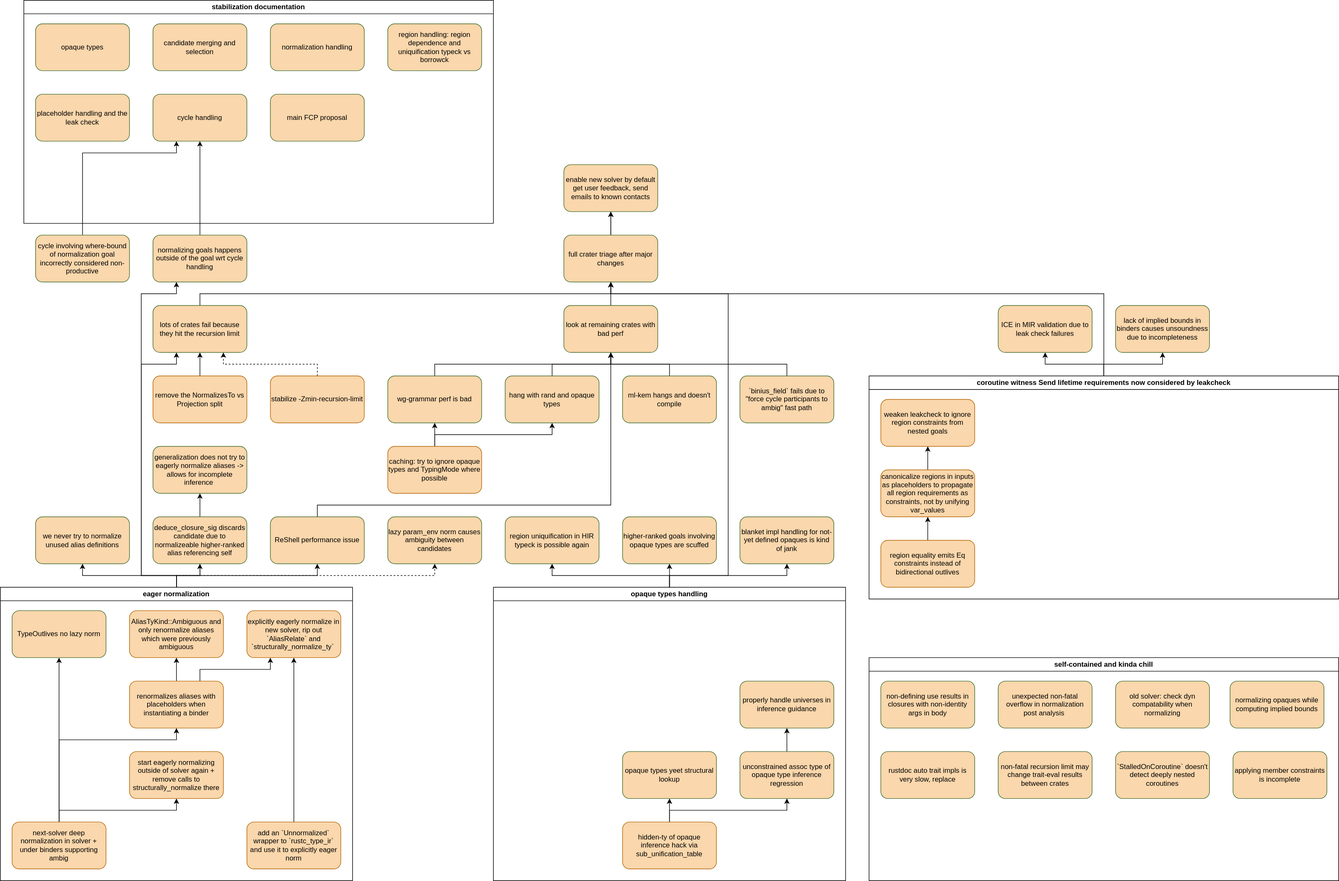
The draw.io diagram next-solver.svg in hexcatnl/roadmap, before a commit. Source tidied: cells renumbered, new cells last; positions are measured from the earlier drawing's top-left corner, leaving out a move shared by most shapes.
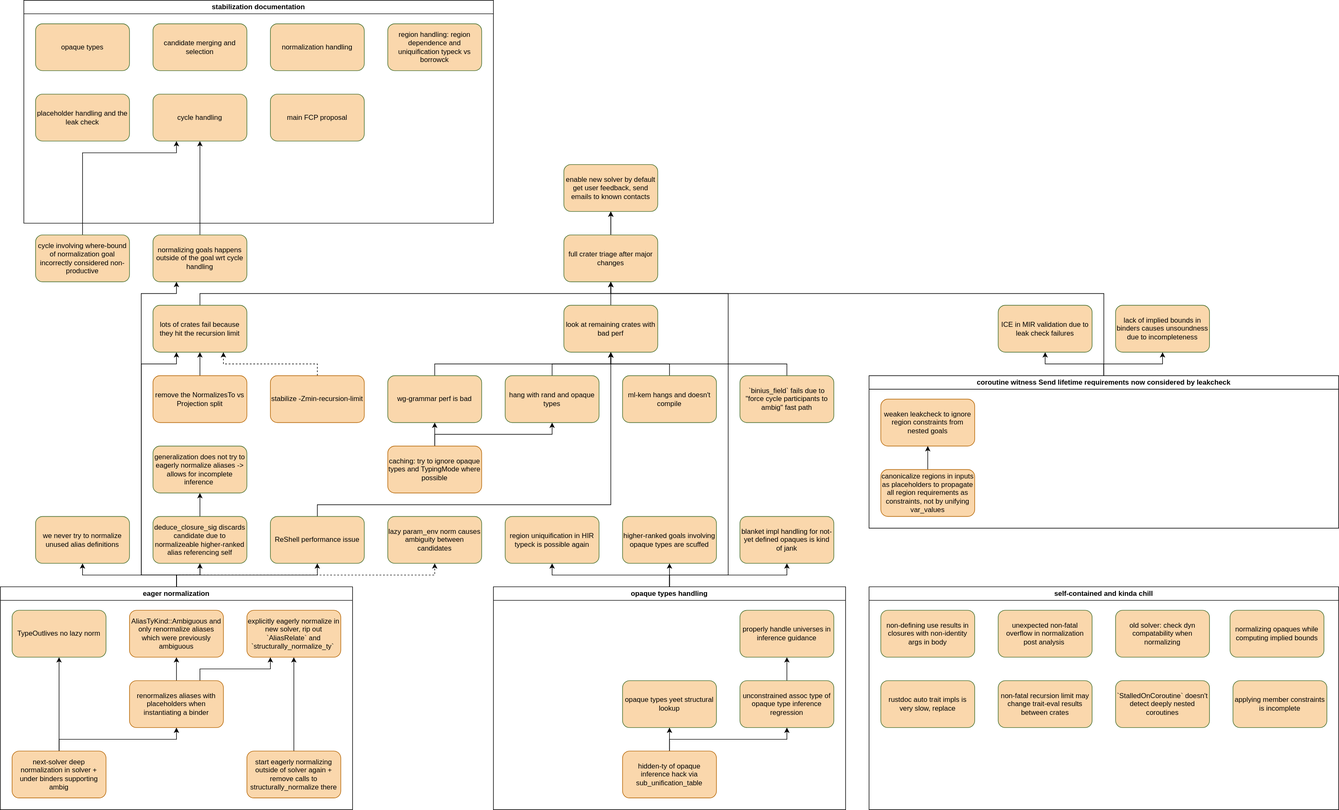
Above is the later version.

Diff of the diagram source:
```diff
@@ -44,20 +44,11 @@
       </mxGeometry>
     </mxCell>
     <mxCell id="9" value="&lt;a href=&quot;https://rust-lang.zulipchat.com/#narrow/channel/364551-t-types.2Ftrait-system-refactor/topic/Eager.20normalization.2C.20ahoy.21/with/582996293&quot;&gt;eager normalization&lt;/a&gt;" style="swimlane;whiteSpace=wrap;html=1;" parent="1" vertex="1">
-      <mxGeometry y="1000" width="600" height="500" as="geometry" />
+      <mxGeometry y="1000" width="600" height="380" as="geometry" />
     </mxCell>
-    <mxCell id="10" style="edgeStyle=orthogonalEdgeStyle;rounded=0;jettySize=auto;html=1;exitX=0.5;exitY=0;exitDx=0;exitDy=0;entryX=0.5;entryY=1;entryDx=0;entryDy=0;" parent="9" edge="1" source="11" target="20">
-      <mxGeometry relative="1" as="geometry" />
-    </mxCell>
-    <mxCell id="11" value="&lt;a href=&quot;https://rust-lang.zulipchat.com/#narrow/channel/364551-t-types.2Ftrait-system-refactor/topic/Eager.20normalization.2C.20ahoy.21/near/582996759&quot;&gt;add an `Unnormalized` wrapper to `rustc_type_ir` and use it to explicitly eager norm&lt;/a&gt;" style="rounded=1;whiteSpace=wrap;html=1;fillColor=light-dark(#FAD7AC,#512D2B);strokeColor=light-dark(#B46504,#D7817E);" parent="9" vertex="1">
-      <mxGeometry x="420" y="400" width="160" height="80" as="geometry" />
-    </mxCell>
     <mxCell id="12" style="edgeStyle=orthogonalEdgeStyle;rounded=0;jettySize=auto;html=1;exitX=0.5;exitY=0;exitDx=0;exitDy=0;entryX=0.5;entryY=1;entryDx=0;entryDy=0;" parent="9" edge="1" source="15" target="22">
       <mxGeometry relative="1" as="geometry" />
     </mxCell>
-    <mxCell id="13" style="edgeStyle=orthogonalEdgeStyle;rounded=0;jettySize=auto;html=1;exitX=0.5;exitY=0;exitDx=0;exitDy=0;entryX=0.5;entryY=1;entryDx=0;entryDy=0;" parent="9" edge="1" source="15" target="16">
-      <mxGeometry relative="1" as="geometry" />
-    </mxCell>
     <mxCell id="14" style="edgeStyle=orthogonalEdgeStyle;rounded=0;jettySize=auto;html=1;exitX=0.5;exitY=0;exitDx=0;exitDy=0;entryX=0.5;entryY=1;entryDx=0;entryDy=0;" parent="9" edge="1" source="15" target="19">
       <mxGeometry relative="1" as="geometry">
         <Array as="points">
@@ -67,10 +58,13 @@
       </mxGeometry>
     </mxCell>
     <mxCell id="15" value="&lt;a href=&quot;https://rust-lang.zulipchat.com/#narrow/channel/364551-t-types.2Ftrait-system-refactor/topic/Eager.20normalization.2C.20ahoy.21/near/582996783&quot;&gt;next-solver deep normalization in solver + under binders supporting ambig&lt;/a&gt;" style="rounded=1;whiteSpace=wrap;html=1;fillColor=light-dark(#FAD7AC,#512D2B);strokeColor=light-dark(#B46504,#D7817E);" parent="9" vertex="1">
-      <mxGeometry x="20" y="400" width="160" height="80" as="geometry" />
+      <mxGeometry x="20" y="280" width="160" height="80" as="geometry" />
     </mxCell>
+    <mxCell id="99" style="edgeStyle=orthogonalEdgeStyle;rounded=0;jettySize=auto;html=1;exitX=0.5;exitY=0;exitDx=0;exitDy=0;entryX=0.5;entryY=1;entryDx=0;entryDy=0;" parent="9" edge="1" source="16" target="20">
+      <mxGeometry relative="1" as="geometry" />
+    </mxCell>
     <mxCell id="16" value="start eagerly normalizing outside of solver again + remove calls to structurally_normalize there" style="rounded=1;whiteSpace=wrap;html=1;fillColor=light-dark(#FAD7AC,#512D2B);strokeColor=light-dark(#B46504,#D7817E);" parent="9" vertex="1">
-      <mxGeometry x="220" y="280" width="160" height="80" as="geometry" />
+      <mxGeometry x="420" y="280" width="160" height="80" as="geometry" />
     </mxCell>
     <mxCell id="17" style="edgeStyle=orthogonalEdgeStyle;rounded=0;jettySize=auto;html=1;exitX=0.5;exitY=0;exitDx=0;exitDy=0;entryX=0.5;entryY=1;entryDx=0;entryDy=0;" parent="9" edge="1" source="19" target="21">
       <mxGeometry relative="1" as="geometry" />
@@ -110,13 +104,13 @@
       <mxGeometry relative="1" as="geometry" />
     </mxCell>
     <mxCell id="27" value="opaque types handling" style="swimlane;whiteSpace=wrap;html=1;" parent="1" vertex="1">
-      <mxGeometry x="840" y="1000" width="600" height="500" as="geometry" />
+      <mxGeometry x="840" y="1000" width="600" height="380" as="geometry" />
     </mxCell>
     <mxCell id="28" style="edgeStyle=orthogonalEdgeStyle;rounded=0;jettySize=auto;html=1;exitX=0.5;exitY=0;exitDx=0;exitDy=0;entryX=0.5;entryY=1;entryDx=0;entryDy=0;" parent="27" edge="1" source="29" target="34">
       <mxGeometry relative="1" as="geometry" />
     </mxCell>
     <mxCell id="29" value="&lt;a href=&quot;https://rust-lang.zulipchat.com/#narrow/channel/364551-t-types.2Ftrait-system-refactor/topic/opaque.20types.20high.20hopes/near/584632929&quot;&gt;unconstrained assoc type of opaque type inference regression&lt;/a&gt;" style="rounded=1;whiteSpace=wrap;html=1;fillColor=light-dark(#FAD7AC,#446E2C);strokeColor=light-dark(#446E2C,#D7817E);" parent="27" vertex="1">
-      <mxGeometry x="420" y="280" width="160" height="80" as="geometry" />
+      <mxGeometry x="420" y="160" width="160" height="80" as="geometry" />
     </mxCell>
     <mxCell id="30" style="edgeStyle=orthogonalEdgeStyle;rounded=0;jettySize=auto;html=1;exitX=0.5;exitY=0;exitDx=0;exitDy=0;entryX=0.5;entryY=1;entryDx=0;entryDy=0;" parent="27" edge="1" source="32" target="29">
       <mxGeometry relative="1" as="geometry" />
@@ -125,13 +119,13 @@
       <mxGeometry relative="1" as="geometry" />
     </mxCell>
     <mxCell id="32" value="&lt;a href=&quot;https://rust-lang.zulipchat.com/#narrow/channel/364551-t-types.2Ftrait-system-refactor/topic/opaque.20types.20high.20hopes/near/584632692&quot;&gt;hidden-ty of opaque inference hack via sub_unification_table&lt;/a&gt;" style="rounded=1;whiteSpace=wrap;html=1;fillColor=light-dark(#FAD7AC,#512D2B);strokeColor=light-dark(#B46504,#D7817E);" parent="27" vertex="1">
-      <mxGeometry x="220" y="400" width="160" height="80" as="geometry" />
+      <mxGeometry x="220" y="280" width="160" height="80" as="geometry" />
     </mxCell>
     <mxCell id="33" value="&lt;div&gt;&lt;a href=&quot;https://rust-lang.zulipchat.com/#narrow/channel/364551-t-types.2Ftrait-system-refactor/topic/opaque.20types.20high.20hopes/near/584633609&quot;&gt;opaque types yeet structural lookup&lt;/a&gt;&lt;/div&gt;" style="rounded=1;whiteSpace=wrap;html=1;fillColor=light-dark(#FAD7AC,#446E2C);strokeColor=light-dark(#446E2C,#D7817E);" parent="27" vertex="1">
-      <mxGeometry x="220" y="280" width="160" height="80" as="geometry" />
+      <mxGeometry x="220" y="160" width="160" height="80" as="geometry" />
     </mxCell>
     <mxCell id="34" value="&lt;a href=&quot;https://gist.github.com/lcnr/3f9682ba697a8f1055916e590c982e81#soundly-handling-universes&quot;&gt;properly handle universes in inference guidance&lt;/a&gt;" style="rounded=1;whiteSpace=wrap;html=1;fillColor=light-dark(#FAD7AC,#666666);strokeColor=light-dark(#446E2C,#D7817E);" parent="27" vertex="1">
-      <mxGeometry x="420" y="160" width="160" height="80" as="geometry" />
+      <mxGeometry x="420" y="40" width="160" height="80" as="geometry" />
     </mxCell>
     <mxCell id="35" value="&lt;a href=&quot;https://github.com/rust-lang/trait-system-refactor-initiative/issues/139&quot;&gt;we never try to normalize unused alias definitions&lt;/a&gt;" style="rounded=1;whiteSpace=wrap;html=1;fillColor=light-dark(#FAD7AC,#446E2C);strokeColor=light-dark(#446E2C,#D7817E);" parent="1" vertex="1">
       <mxGeometry x="60" y="880" width="160" height="80" as="geometry" />
@@ -238,7 +232,7 @@
       <mxGeometry x="460" y="880" width="160" height="80" as="geometry" />
     </mxCell>
     <mxCell id="66" value="self-contained and kinda chill" style="swimlane;whiteSpace=wrap;html=1;" parent="1" vertex="1">
-      <mxGeometry x="1480" y="1120" width="800" height="380" as="geometry" />
+      <mxGeometry x="1480" y="1000" width="800" height="380" as="geometry" />
     </mxCell>
     <mxCell id="67" value="&lt;a href=&quot;https://github.com/rust-lang/trait-system-refactor-initiative/issues/155&quot;&gt;unexpected non-fatal overflow in normalization post analysis&amp;nbsp;&lt;/a&gt;" style="rounded=1;whiteSpace=wrap;html=1;fillColor=light-dark(#FAD7AC,#446E2C);strokeColor=light-dark(#446E2C,#D7817E);" parent="66" vertex="1">
       <mxGeometry x="220" y="40" width="160" height="80" as="geometry" />
@@ -279,7 +273,7 @@
       <mxGeometry relative="1" as="geometry" />
     </mxCell>
     <mxCell id="78" value="&lt;a href=&quot;https://app.diagrams.net/coroutine witness Send lifetime requirements now considered by leakcheck&quot;&gt;coroutine witness Send lifetime requirements now considered by leakcheck&lt;/a&gt;" style="swimlane;whiteSpace=wrap;html=1;" parent="1" vertex="1">
-      <mxGeometry x="1480" y="640" width="800" height="380" as="geometry" />
+      <mxGeometry x="1480" y="640" width="800" height="260" as="geometry" />
     </mxCell>
     <mxCell id="79" value="weaken leakcheck to ignore region constraints from nested goals" style="rounded=1;whiteSpace=wrap;html=1;fillColor=light-dark(#FAD7AC,#512D2B);strokeColor=light-dark(#B46504,#D7817E);" parent="78" vertex="1">
       <mxGeometry x="20" y="40" width="160" height="80" as="geometry" />
@@ -290,12 +284,6 @@
     <mxCell id="81" value="canonicalize regions in inputs as placeholders to propagate all region requirements as constraints, not by unifying var_values" style="rounded=1;whiteSpace=wrap;html=1;fillColor=light-dark(#FAD7AC,#512D2B);strokeColor=light-dark(#B46504,#D7817E);" parent="78" vertex="1">
       <mxGeometry x="20" y="160" width="160" height="80" as="geometry" />
     </mxCell>
-    <mxCell id="82" style="edgeStyle=orthogonalEdgeStyle;rounded=0;jettySize=auto;html=1;exitX=0.5;exitY=0;exitDx=0;exitDy=0;entryX=0.5;entryY=1;entryDx=0;entryDy=0;" parent="78" edge="1" source="83" target="81">
-      <mxGeometry relative="1" as="geometry" />
-    </mxCell>
-    <mxCell id="83" value="region equality emits Eq constraints instead of bidirectional outlives" style="rounded=1;whiteSpace=wrap;html=1;fillColor=light-dark(#FAD7AC,#512D2B);strokeColor=light-dark(#B46504,#D7817E);" parent="78" vertex="1">
-      <mxGeometry x="20" y="280" width="160" height="80" as="geometry" />
-    </mxCell>
     <mxCell id="84" style="edgeStyle=orthogonalEdgeStyle;rounded=0;jettySize=auto;html=1;exitX=0.5;exitY=0;exitDx=0;exitDy=0;" parent="1" edge="1" source="85" target="53">
       <mxGeometry relative="1" as="geometry" />
     </mxCell>
```
